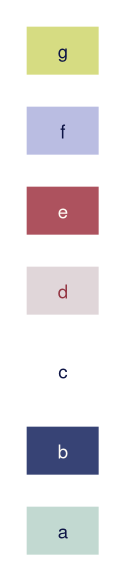
Earlier version of the Graphviz export 4_sem/thesis/s20_final/gviz/palette.png (mitsiu-carreno/data_science_content). Its source is kept beside it as 4_sem/thesis/s20_final/gviz/palette.gv. The source it was exported from:
```dot
digraph G {
  # dot -Tsvg file.gv -o file.svg | kitty icat file.svg
  rankdir=LR
  newrank=true
  #nodesep=0.7
  #ranksep=0
  fontname="Helvetica,Arial,sans-serif"
  #splines=false
  node [shape=box, style=filled, penwidth=0, fontname="Helvetica,Arial,sans-serif"];
  edge [color="#4d5c60", fontname="Helvetica,Arial,sans-serif"];

  subgraph cluster_green {
    penwidth=0
    node [fillcolor="#c2d9d1", fontcolor="#0d1445"]
    a
  }

  subgraph cluster_blue {
    penwidth=0
    node [fillcolor="#374375", fontcolor="#fffcf5"]
    b
  }

  subgraph cluster_white {
    penwidth=0
    node [fillcolor="white", fontcolor="#0d1445"]
    c
  }

  subgraph cluster_red {
    penwidth=0
    node [fillcolor="#e0d6d9", fontcolor="#933643"]
    d
  }

  subgraph cluster_darkred{
    penwidth=0
    node [fillcolor="#ad525e", fontcolor="#fffcf5"]
    e
  }

  subgraph cluster_purple{
    penwidth=0
    node [fillcolor="#babde2", fontcolor="#0d1445"]
    f
  }

  subgraph cluster_lime{
    penwidth=0
    node [fillcolor="#d6dc82", fontcolor="#0d1445"]
    g
  }
}
```
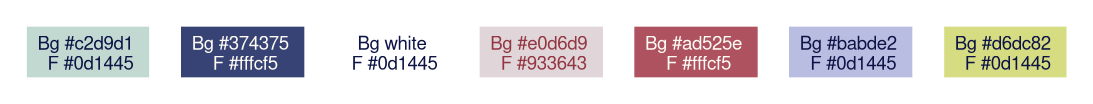
After the commit.

Diff of the diagram source:
```diff
@@ -1,6 +1,6 @@
 digraph G {
   # dot -Tsvg file.gv -o file.svg | kitty icat file.svg
-  rankdir=LR
+  rankdir=TB
   newrank=true
   #nodesep=0.7
   #ranksep=0
@@ -12,42 +12,47 @@
   subgraph cluster_green {
     penwidth=0
     node [fillcolor="#c2d9d1", fontcolor="#0d1445"]
-    a
+    a [label="Bg #c2d9d1 \n F #0d1445"]
   }
 
   subgraph cluster_blue {
     penwidth=0
     node [fillcolor="#374375", fontcolor="#fffcf5"]
-    b
+    b [label="Bg #374375 \n F #fffcf5" ]
   }
 
   subgraph cluster_white {
     penwidth=0
     node [fillcolor="white", fontcolor="#0d1445"]
-    c
+    c [label="Bg white\n F #0d1445" ]
+
   }
 
   subgraph cluster_red {
     penwidth=0
     node [fillcolor="#e0d6d9", fontcolor="#933643"]
-    d
+    d [label="Bg #e0d6d9 \n F #933643" ]
+
   }
 
   subgraph cluster_darkred{
     penwidth=0
     node [fillcolor="#ad525e", fontcolor="#fffcf5"]
-    e
+    e [label="Bg #ad525e \n F #fffcf5" ]
+
   }
 
   subgraph cluster_purple{
     penwidth=0
     node [fillcolor="#babde2", fontcolor="#0d1445"]
-    f
+    f [label="Bg #babde2 \n F #0d1445" ]
+
   }
 
   subgraph cluster_lime{
     penwidth=0
     node [fillcolor="#d6dc82", fontcolor="#0d1445"]
-    g
+    g [label="Bg #d6dc82 \n F #0d1445" ]
+
   }
 }
```
